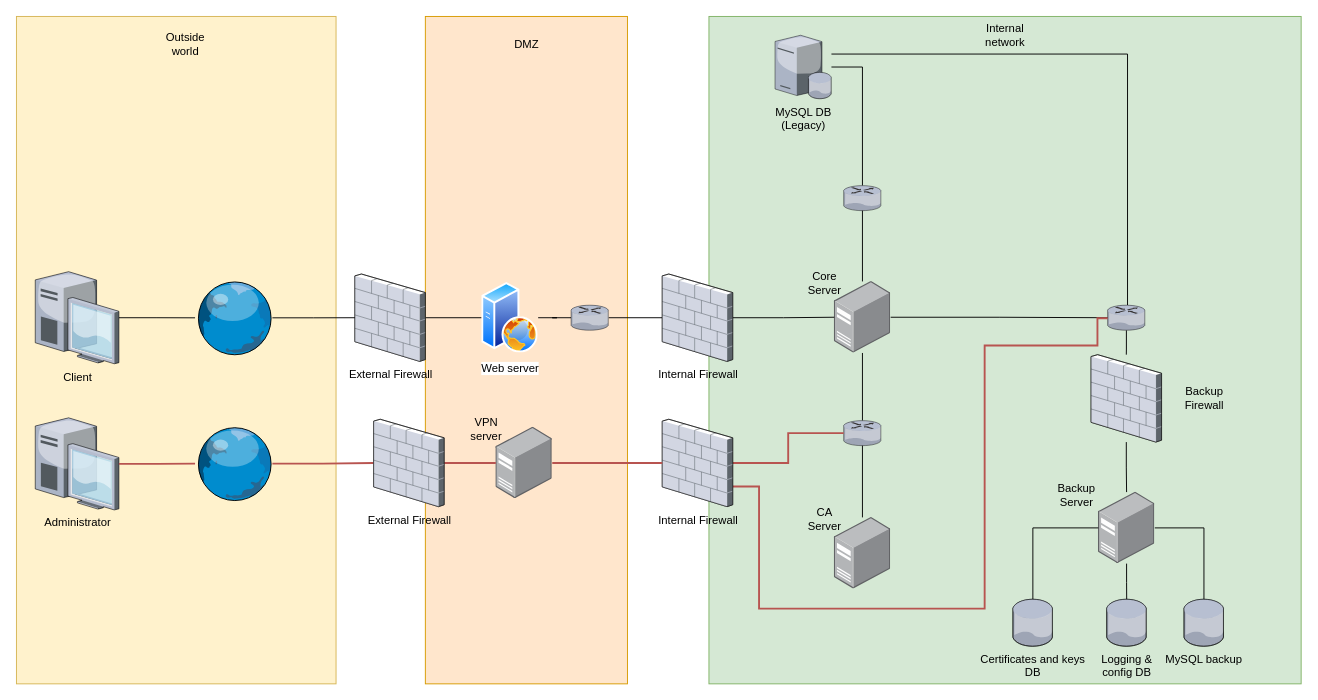
Above: doc/network_plan/sketch_network.drawio in ManuelMeinen/Applied-Security-Lab (draw.io), before the change. Source tidied: cells renumbered, new cells numbered last; positions are measured from the earlier drawing's top-left corner, leaving out a move shared by most shapes. Both pictures are drawn from the tidied source at 94%, with x=0, y=0 at pixel (16, 16).
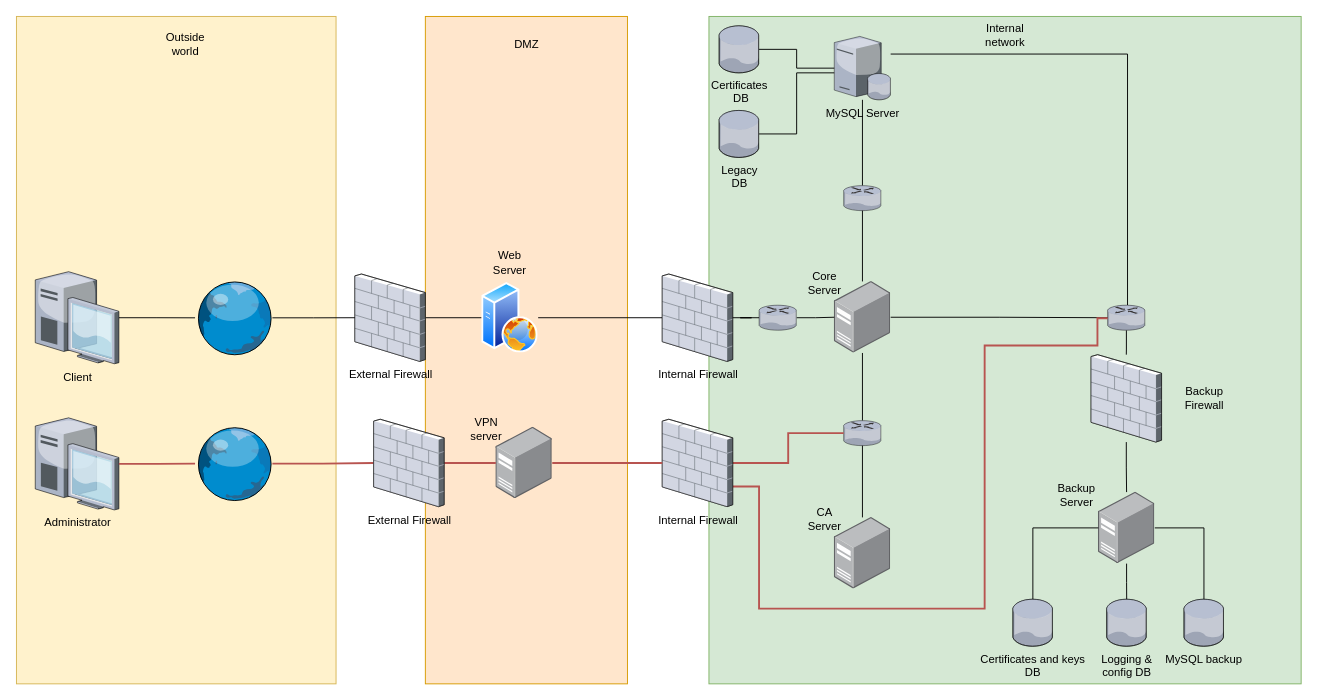
The same diagram, later.

Commit message (it also covers changes not shown here):
Small improvement of network arch

The change refers to these unchanged cells:
```xml
<mxCell id="18" style="points=[];html=1;align=center;shadow=0;dashed=0;image;image=img/lib/allied_telesis/computer_and_terminals/Server_Desktop.svg;" parent="17" vertex="1">
  <mxGeometry x="30" y="7.9" width="60" height="76.1" as="geometry" />
</mxCell>
<mxCell id="26" value="Internal Firewall" style="verticalLabelPosition=bottom;html=1;verticalAlign=top;strokeColor=none;align=center;outlineConnect=0;shape=mxgraph.citrix.firewall;" parent="1" vertex="1">
  <mxGeometry x="687" y="274" width="75" height="93" as="geometry" />
</mxCell>
```

Diff of the diagram source:
```diff
@@
-    <mxCell id="9" style="edgeStyle=orthogonalEdgeStyle;rounded=0;jettySize=auto;html=1;endArrow=none;endFill=0;" parent="1" edge="1" source="10" target="23">
-      <mxGeometry relative="1" as="geometry" />
-    </mxCell>
-    <mxCell id="10" value="Web server" style="perimeter=ellipsePerimeter;html=1;align=center;shadow=0;dashed=0;spacingTop=3;image;image=img/lib/active_directory/web_server.svg;" parent="1" vertex="1">
-      <mxGeometry x="495" y="283" width="60" height="75" as="geometry" />
-    </mxCell>
+    <mxCell id="67" style="edgeStyle=orthogonalEdgeStyle;rounded=0;jettySize=auto;html=1;endArrow=none;endFill=0;" parent="1" edge="1" source="10" target="26">
+      <mxGeometry relative="1" as="geometry" />
+    </mxCell>
@@
-    <mxCell id="14" value="&lt;div&gt;MySQL DB&lt;/div&gt;&lt;div&gt;(Legacy)&lt;br&gt;&lt;/div&gt;" style="verticalLabelPosition=bottom;html=1;verticalAlign=top;strokeColor=none;align=center;outlineConnect=0;shape=mxgraph.citrix.database_server;" parent="1" vertex="1">
-      <mxGeometry x="807" y="20" width="60" height="67.5" as="geometry" />
+    <mxCell id="14" value="&lt;div&gt;MySQL Server&lt;/div&gt;&lt;div&gt;&lt;br&gt;&lt;/div&gt;" style="verticalLabelPosition=bottom;html=1;verticalAlign=top;strokeColor=none;align=center;outlineConnect=0;shape=mxgraph.citrix.database_server;" parent="1" vertex="1">
+      <mxGeometry x="870" y="21.2" width="60" height="67.5" as="geometry" />
     </mxCell>
@@
-    <mxCell id="22" style="edgeStyle=orthogonalEdgeStyle;rounded=0;jettySize=auto;html=1;endArrow=none;endFill=0;" parent="1" edge="1" source="23" target="26">
-      <mxGeometry relative="1" as="geometry" />
-    </mxCell>
-    <mxCell id="23" style="verticalLabelPosition=bottom;html=1;verticalAlign=top;strokeColor=none;align=center;outlineConnect=0;shape=mxgraph.citrix.router;" parent="1" vertex="1">
-      <mxGeometry x="590" y="307.2" width="40" height="26.6" as="geometry" />
-    </mxCell>
@@
-    <mxCell id="25" style="edgeStyle=orthogonalEdgeStyle;rounded=0;jettySize=auto;html=1;endArrow=none;endFill=0;" parent="1" edge="1" source="26" target="18">
-      <mxGeometry relative="1" as="geometry" />
-    </mxCell>
@@
+    <mxCell id="68" style="edgeStyle=orthogonalEdgeStyle;rounded=0;jettySize=auto;html=1;endArrow=none;endFill=0;" parent="1" edge="1" source="69" target="18">
+      <mxGeometry relative="1" as="geometry" />
+    </mxCell>
+    <mxCell id="69" style="verticalLabelPosition=bottom;html=1;verticalAlign=top;strokeColor=none;align=center;outlineConnect=0;shape=mxgraph.citrix.router;" parent="1" vertex="1">
+      <mxGeometry x="790" y="307.2" width="40" height="26.6" as="geometry" />
+    </mxCell>
+    <mxCell id="70" style="edgeStyle=orthogonalEdgeStyle;rounded=0;jettySize=auto;html=1;endArrow=none;endFill=0;" parent="1" edge="1" source="26" target="69">
+      <mxGeometry relative="1" as="geometry" />
+    </mxCell>
+    <mxCell id="71" style="group;" parent="1" vertex="1">
+      <mxGeometry x="495" y="251.5" width="60" height="106.5" as="geometry" />
+    </mxCell>
+    <mxCell id="10" style="perimeter=ellipsePerimeter;html=1;align=center;shadow=0;dashed=0;spacingTop=3;image;image=img/lib/active_directory/web_server.svg;" parent="71" vertex="1">
+      <mxGeometry y="31.5" width="60" height="75" as="geometry" />
+    </mxCell>
+    <mxCell id="72" value="Web Server" style="text;html=1;strokeColor=none;fillColor=none;align=center;verticalAlign=middle;whiteSpace=wrap;rounded=0;" parent="71" vertex="1">
+      <mxGeometry x="10" width="40" height="20" as="geometry" />
+    </mxCell>
+    <mxCell id="73" style="edgeStyle=orthogonalEdgeStyle;rounded=0;jettySize=auto;html=1;endArrow=none;endFill=0;" parent="1" edge="1" source="74" target="14">
+      <mxGeometry relative="1" as="geometry" />
+    </mxCell>
+    <mxCell id="74" value="&lt;div&gt;Certificates&lt;/div&gt;&amp;nbsp;DB" style="verticalLabelPosition=bottom;html=1;verticalAlign=top;strokeColor=none;align=center;outlineConnect=0;shape=mxgraph.citrix.database;" parent="1" vertex="1">
+      <mxGeometry x="747.5" y="10" width="42.5" height="50" as="geometry" />
+    </mxCell>
+    <mxCell id="75" style="edgeStyle=orthogonalEdgeStyle;rounded=0;jettySize=auto;html=1;endArrow=none;endFill=0;" parent="1" edge="1" source="76">
+      <mxGeometry relative="1" as="geometry">
+        <mxPoint x="870" y="60" as="targetPoint" />
+        <Array as="points">
+          <mxPoint x="830" y="125" />
+          <mxPoint x="830" y="60" />
+        </Array>
+      </mxGeometry>
+    </mxCell>
+    <mxCell id="76" value="&lt;div&gt;Legacy &lt;br&gt;&lt;/div&gt;&lt;div&gt;DB&lt;/div&gt;" style="verticalLabelPosition=bottom;html=1;verticalAlign=top;strokeColor=none;align=center;outlineConnect=0;shape=mxgraph.citrix.database;" parent="1" vertex="1">
+      <mxGeometry x="747.5" y="100" width="42.5" height="50" as="geometry" />
+    </mxCell>
```
